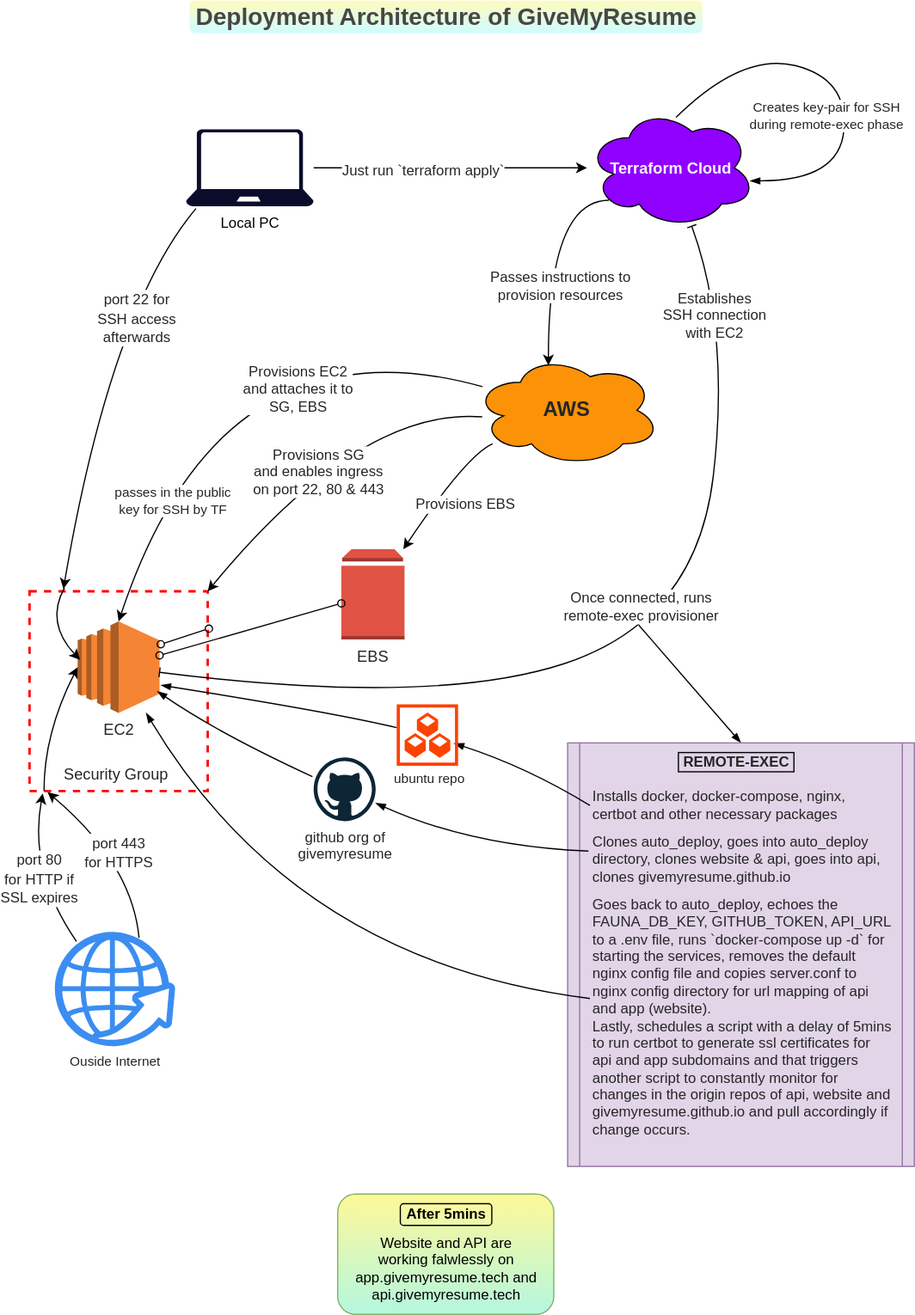
This is deployment-architecture.svg from givemyresume/doc, a draw.io export, as it was before one commit. Source tidied: cells renumbered, new cells last; positions are measured from the earlier drawing's top-left corner, leaving out a move shared by most shapes.
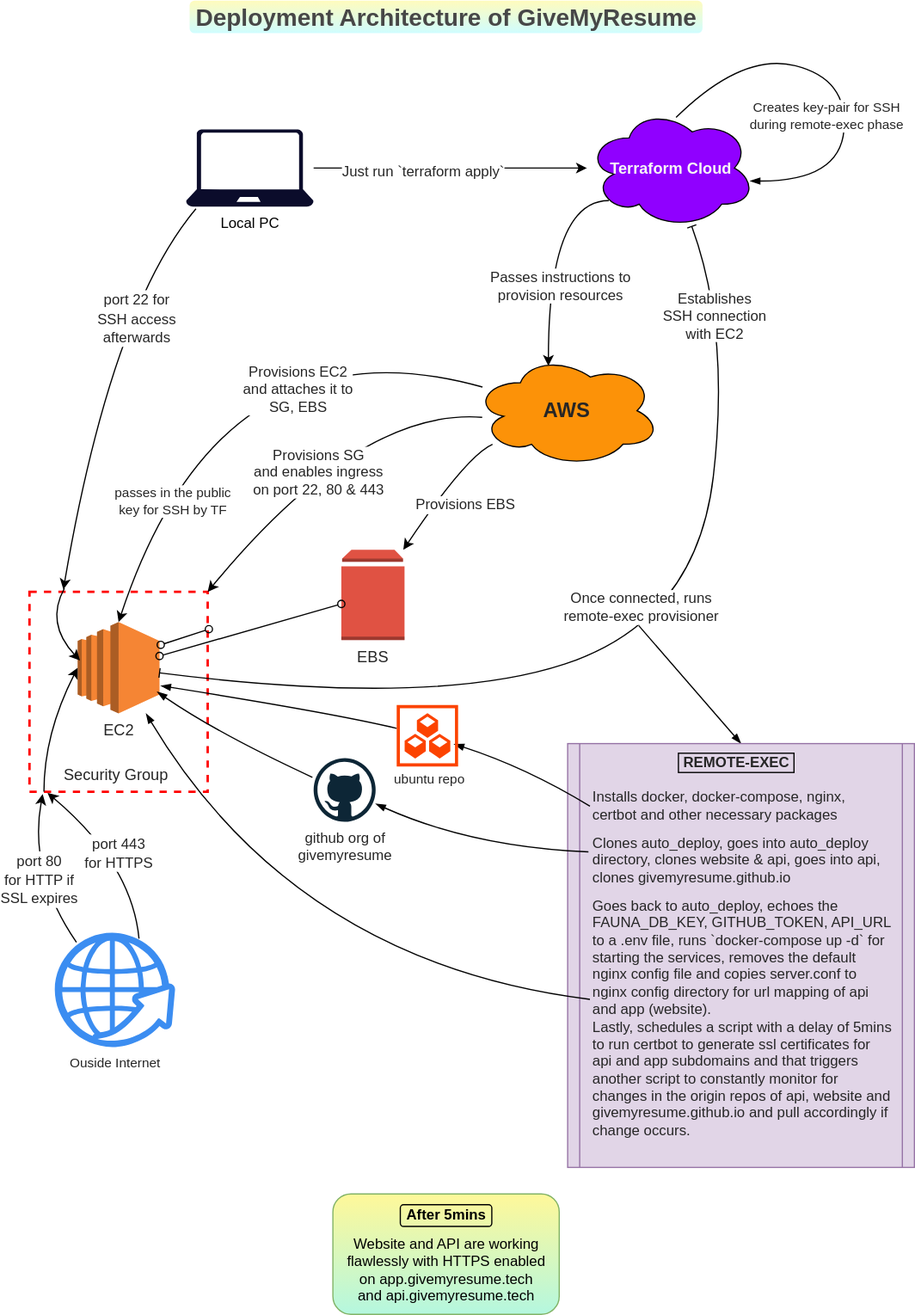
After the commit.

What changed in the source:
```diff
@@ -253,13 +253,13 @@
       <mxGeometry x="29.5" y="873" width="85" height="17" as="geometry" />
     </mxCell>
     <mxCell id="51" style="whiteSpace=wrap;html=1;fillColor=#B4F7DF;strokeColor=#82b366;rounded=1;shadow=0;glass=0;gradientColor=#FFF899;gradientDirection=north;" parent="1" vertex="1">
-      <mxGeometry x="257" y="992" width="179.5" height="100" as="geometry" />
+      <mxGeometry x="253" y="991" width="188" height="100" as="geometry" />
     </mxCell>
     <mxCell id="52" value="After 5mins" style="text;html=1;align=center;verticalAlign=middle;fillColor=none;strokeColor=default;strokeWidth=0;rounded=1;fontStyle=1;" parent="1" vertex="1">
       <mxGeometry x="309" y="1000" width="76" height="18" as="geometry" />
     </mxCell>
-    <mxCell id="53" value="&lt;span style=&quot;font-size: 12px&quot;&gt;Website and API are &lt;br&gt;working falwlessly on &lt;br&gt;app.givemyresume.tech and &lt;br&gt;api.givemyresume.tech&lt;/span&gt;" style="text;html=1;align=center;verticalAlign=middle;strokeColor=none;fillColor=none;fontSize=1;" parent="1" vertex="1">
-      <mxGeometry x="266.2" y="1044" width="161" height="20" as="geometry" />
+    <mxCell id="53" value="&lt;span style=&quot;font-size: 12px&quot;&gt;Website and API are working &lt;br&gt;flawlessly with HTTPS enabled &lt;br&gt;on app.givemyresume.tech &lt;br&gt;and api.givemyresume.tech&lt;/span&gt;" style="text;html=1;align=center;verticalAlign=middle;strokeColor=none;fillColor=none;fontSize=1;" parent="1" vertex="1">
+      <mxGeometry x="259.2" y="1044" width="175" height="20" as="geometry" />
     </mxCell>
   </root>
 </mxGraphModel>
```
